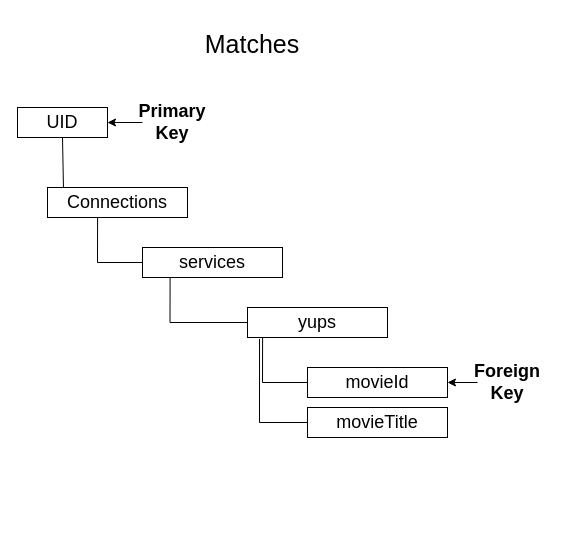
mathewpenny/MovieMatchV2 keeps this draw.io diagram as page "Page-6" (3 of 7) of DIagrams.drawio. Above is the earlier version. Source tidied: cells renumbered, new cells numbered last; positions are measured from the earlier drawing's top-left corner, leaving out a move shared by most shapes. Both pictures are drawn from the tidied source at 100%, with x=0, y=0 at pixel (17, 17).
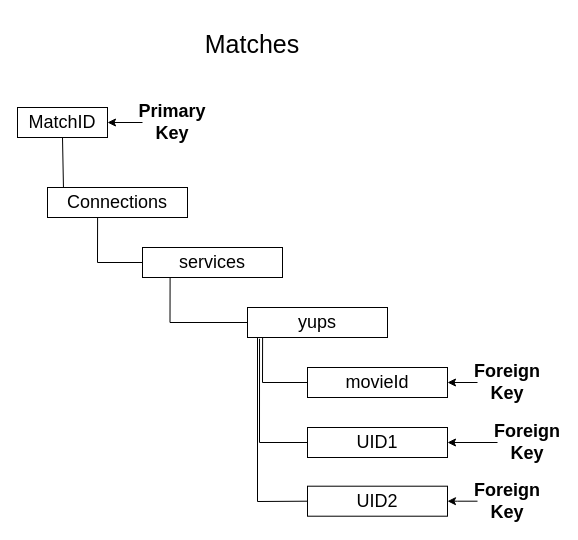
After the change.

The change refers to these unchanged cells:
```xml
<mxCell id="7" value="yups" style="rounded=0;whiteSpace=wrap;html=1;fontSize=18;fontColor=none;" parent="1" vertex="1">
  <mxGeometry x="230" y="290" width="140" height="30" as="geometry" />
</mxCell>
```

What changed in the source:
```diff
@@
-    <mxCell id="3" value="UID" style="rounded=0;whiteSpace=wrap;html=1;fontSize=18;fontColor=none;" parent="1" vertex="1">
+    <mxCell id="3" value="MatchID" style="rounded=0;whiteSpace=wrap;html=1;fontSize=18;fontColor=none;" parent="1" vertex="1">
       <mxGeometry y="90" width="90" height="30" as="geometry" />
     </mxCell>
@@
-    <mxCell id="9" value="movieTitle" style="rounded=0;whiteSpace=wrap;html=1;fontSize=18;fontColor=none;" parent="1" vertex="1">
-      <mxGeometry x="290" y="390" width="140" height="30" as="geometry" />
+    <mxCell id="9" value="UID1" style="rounded=0;whiteSpace=wrap;html=1;fontSize=18;fontColor=none;" parent="1" vertex="1">
+      <mxGeometry x="290" y="410" width="140" height="30" as="geometry" />
     </mxCell>
     <mxCell id="10" style="endArrow=none;html=1;rounded=0;fontSize=18;fontColor=none;entryX=0.086;entryY=1.042;entryDx=0;entryDy=0;entryPerimeter=0;exitX=0;exitY=0.5;exitDx=0;exitDy=0;" parent="1" edge="1" source="9" target="7">
       <mxGeometry relative="1" as="geometry">
         <Array as="points">
-          <mxPoint x="242" y="405" />
+          <mxPoint x="242" y="425" />
         </Array>
       </mxGeometry>
     </mxCell>
@@
+    <mxCell id="18" value="UID2" style="rounded=0;whiteSpace=wrap;html=1;fontSize=18;fontColor=none;" parent="1" vertex="1">
+      <mxGeometry x="290" y="468.7" width="140" height="30" as="geometry" />
+    </mxCell>
+    <mxCell id="19" style="endArrow=none;html=1;rounded=0;fontSize=18;fontColor=none;exitX=0;exitY=0.5;exitDx=0;exitDy=0;" parent="1" edge="1" source="18">
+      <mxGeometry relative="1" as="geometry">
+        <mxPoint x="240" y="320" as="targetPoint" />
+        <Array as="points">
+          <mxPoint x="240" y="484" />
+        </Array>
+      </mxGeometry>
+    </mxCell>
+    <mxCell id="20" style="edgeStyle=orthogonalEdgeStyle;rounded=0;jettySize=auto;html=1;entryX=1;entryY=0.5;entryDx=0;entryDy=0;" parent="1" edge="1" source="21" target="9">
+      <mxGeometry relative="1" as="geometry" />
+    </mxCell>
+    <mxCell id="21" value="&lt;b&gt;Foreign&lt;br&gt;Key&lt;br&gt;&lt;/b&gt;" style="text;html=1;strokeColor=none;fillColor=none;align=center;verticalAlign=middle;whiteSpace=wrap;rounded=0;fontSize=18;fontColor=none;" parent="1" vertex="1">
+      <mxGeometry x="480" y="410" width="60" height="30" as="geometry" />
+    </mxCell>
+    <mxCell id="22" style="edgeStyle=orthogonalEdgeStyle;rounded=0;jettySize=auto;html=1;fontSize=18;fontColor=none;" parent="1" edge="1" source="23">
+      <mxGeometry relative="1" as="geometry">
+        <mxPoint x="430" y="483.7" as="targetPoint" />
+      </mxGeometry>
+    </mxCell>
+    <mxCell id="23" value="&lt;b&gt;Foreign&lt;br&gt;Key&lt;br&gt;&lt;/b&gt;" style="text;html=1;strokeColor=none;fillColor=none;align=center;verticalAlign=middle;whiteSpace=wrap;rounded=0;fontSize=18;fontColor=none;" parent="1" vertex="1">
+      <mxGeometry x="460" y="468.7" width="60" height="30" as="geometry" />
+    </mxCell>
```
